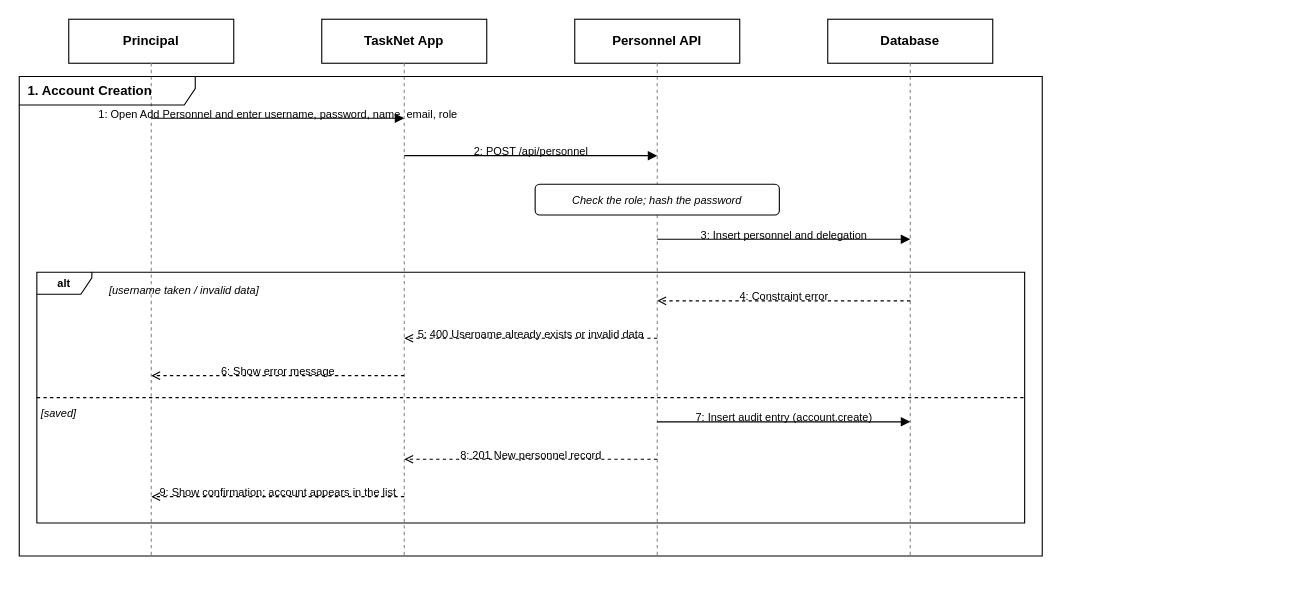
sjekob/Task-and-Event-Management-System keeps this draw.io diagram as page "1. Account Creation" (1 of 14) of docs/TaskNet_Personnel_Sequence.drawio. Above is the earlier version. Source tidied: cells renumbered, new cells numbered last; positions are measured from the earlier drawing's top-left corner, leaving out a move shared by most shapes. Both pictures are drawn from the tidied source at 110%, with x=0, y=0 at pixel (19, 19).
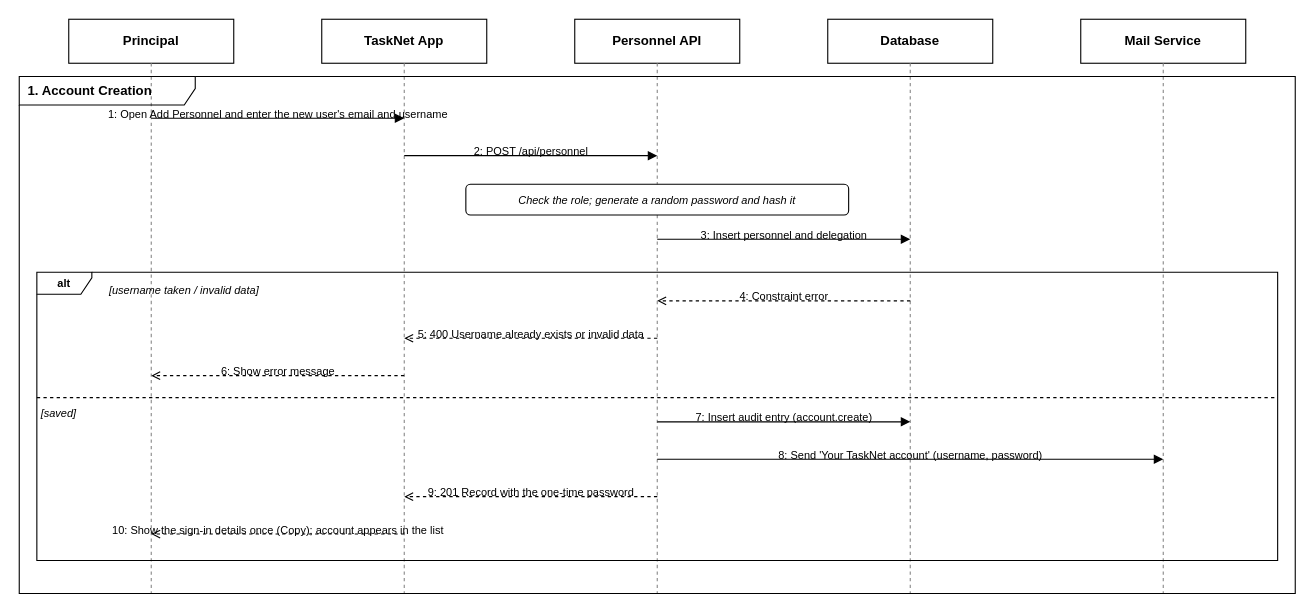
After the change.

Change to the diagram source:
```diff
@@
-    <mxCell id="2" value="Principal" style="rounded=0;whiteSpace=wrap;html=1;fillColor=#ffffff;strokeColor=#000000;fontColor=#000000;fontStyle=1;fontSize=12;" parent="1" vertex="1">
-      <mxGeometry x="45" width="150" height="40" as="geometry" />
-    </mxCell>
-    <mxCell id="3" style="endArrow=none;dashed=1;html=1;strokeColor=#888888;" parent="1" edge="1">
-      <mxGeometry relative="1" as="geometry">
-        <mxPoint x="120" y="40" as="sourcePoint" />
-        <mxPoint x="120" y="488" as="targetPoint" />
-      </mxGeometry>
-    </mxCell>
-    <mxCell id="4" value="TaskNet App" style="rounded=0;whiteSpace=wrap;html=1;fillColor=#ffffff;strokeColor=#000000;fontColor=#000000;fontStyle=1;fontSize=12;" parent="1" vertex="1">
-      <mxGeometry x="275" width="150" height="40" as="geometry" />
+    <mxCell id="4" value="Principal" style="rounded=0;whiteSpace=wrap;html=1;fillColor=#ffffff;strokeColor=#000000;fontColor=#000000;fontStyle=1;fontSize=12;" parent="1" vertex="1">
+      <mxGeometry x="45" width="150" height="40" as="geometry" />
     </mxCell>
     <mxCell id="5" style="endArrow=none;dashed=1;html=1;strokeColor=#888888;" parent="1" edge="1">
       <mxGeometry relative="1" as="geometry">
-        <mxPoint x="350" y="40" as="sourcePoint" />
-        <mxPoint x="350" y="488" as="targetPoint" />
+        <mxPoint x="120" y="40" as="sourcePoint" />
+        <mxPoint x="120" y="522" as="targetPoint" />
       </mxGeometry>
     </mxCell>
-    <mxCell id="6" value="Personnel API" style="rounded=0;whiteSpace=wrap;html=1;fillColor=#ffffff;strokeColor=#000000;fontColor=#000000;fontStyle=1;fontSize=12;" parent="1" vertex="1">
-      <mxGeometry x="505" width="150" height="40" as="geometry" />
+    <mxCell id="6" value="TaskNet App" style="rounded=0;whiteSpace=wrap;html=1;fillColor=#ffffff;strokeColor=#000000;fontColor=#000000;fontStyle=1;fontSize=12;" parent="1" vertex="1">
+      <mxGeometry x="275" width="150" height="40" as="geometry" />
     </mxCell>
     <mxCell id="7" style="endArrow=none;dashed=1;html=1;strokeColor=#888888;" parent="1" edge="1">
       <mxGeometry relative="1" as="geometry">
-        <mxPoint x="580" y="40" as="sourcePoint" />
-        <mxPoint x="580" y="488" as="targetPoint" />
+        <mxPoint x="350" y="40" as="sourcePoint" />
+        <mxPoint x="350" y="522" as="targetPoint" />
       </mxGeometry>
     </mxCell>
-    <mxCell id="8" value="Database" style="rounded=0;whiteSpace=wrap;html=1;fillColor=#ffffff;strokeColor=#000000;fontColor=#000000;fontStyle=1;fontSize=12;" parent="1" vertex="1">
-      <mxGeometry x="735" width="150" height="40" as="geometry" />
+    <mxCell id="8" value="Personnel API" style="rounded=0;whiteSpace=wrap;html=1;fillColor=#ffffff;strokeColor=#000000;fontColor=#000000;fontStyle=1;fontSize=12;" parent="1" vertex="1">
+      <mxGeometry x="505" width="150" height="40" as="geometry" />
     </mxCell>
     <mxCell id="9" style="endArrow=none;dashed=1;html=1;strokeColor=#888888;" parent="1" edge="1">
       <mxGeometry relative="1" as="geometry">
-        <mxPoint x="810" y="40" as="sourcePoint" />
-        <mxPoint x="810" y="488" as="targetPoint" />
+        <mxPoint x="580" y="40" as="sourcePoint" />
+        <mxPoint x="580" y="522" as="targetPoint" />
       </mxGeometry>
     </mxCell>
-    <mxCell id="10" value="1. Account Creation" style="shape=umlFrame;whiteSpace=wrap;html=1;width=160;height=26;fillColor=none;strokeColor=#000000;fontColor=#000000;fontSize=12;fontStyle=1;align=left;spacingLeft=6;" parent="1" vertex="1">
-      <mxGeometry y="52" width="930" height="436" as="geometry" />
+    <mxCell id="10" value="Database" style="rounded=0;whiteSpace=wrap;html=1;fillColor=#ffffff;strokeColor=#000000;fontColor=#000000;fontStyle=1;fontSize=12;" parent="1" vertex="1">
+      <mxGeometry x="735" width="150" height="40" as="geometry" />
     </mxCell>
+    <mxCell id="34" style="endArrow=none;dashed=1;html=1;strokeColor=#888888;" parent="1" edge="1">
+      <mxGeometry relative="1" as="geometry">
+        <mxPoint x="810" y="40" as="sourcePoint" />
+        <mxPoint x="810" y="522" as="targetPoint" />
+      </mxGeometry>
+    </mxCell>
+    <mxCell id="35" value="Mail Service" style="rounded=0;whiteSpace=wrap;html=1;fillColor=#ffffff;strokeColor=#000000;fontColor=#000000;fontStyle=1;fontSize=12;" parent="1" vertex="1">
+      <mxGeometry x="965" width="150" height="40" as="geometry" />
+    </mxCell>
+    <mxCell id="36" style="endArrow=none;dashed=1;html=1;strokeColor=#888888;" parent="1" edge="1">
+      <mxGeometry relative="1" as="geometry">
+        <mxPoint x="1040" y="40" as="sourcePoint" />
+        <mxPoint x="1040" y="522" as="targetPoint" />
+      </mxGeometry>
+    </mxCell>
+    <mxCell id="37" value="1. Account Creation" style="shape=umlFrame;whiteSpace=wrap;html=1;width=160;height=26;fillColor=none;strokeColor=#000000;fontColor=#000000;fontSize=12;fontStyle=1;align=left;spacingLeft=6;" parent="1" vertex="1">
+      <mxGeometry y="52" width="1160" height="470" as="geometry" />
+    </mxCell>
@@
-    <mxCell id="12" value="1: Open Add Personnel and enter username, password, name, email, role" style="text;html=1;fontColor=#000000;fontSize=10;align=center;whiteSpace=nowrap;" parent="1" vertex="1">
+    <mxCell id="12" value="1: Open Add Personnel and enter the new user's email and username" style="text;html=1;fontColor=#000000;fontSize=10;align=center;whiteSpace=nowrap;" parent="1" vertex="1">
       <mxGeometry x="120" y="74" width="230" height="14" as="geometry" />
     </mxCell>
@@
-    <mxCell id="15" value="Check the role; hash the password" style="rounded=1;html=1;whiteSpace=wrap;fillColor=#ffffff;strokeColor=#000000;fontColor=#000000;fontSize=10;fontStyle=2;" parent="1" vertex="1">
-      <mxGeometry x="469" y="150" width="222" height="28" as="geometry" />
+    <mxCell id="15" value="Check the role; generate a random password and hash it" style="rounded=1;html=1;whiteSpace=wrap;fillColor=#ffffff;strokeColor=#000000;fontColor=#000000;fontSize=10;fontStyle=2;" parent="1" vertex="1">
+      <mxGeometry x="406" y="150" width="348" height="28" as="geometry" />
     </mxCell>
@@
-    <mxCell id="28" style="edgeStyle=none;html=1;strokeColor=#000000;endSize=6;dashed=1;endArrow=open;endFill=0;" parent="1" edge="1">
+    <mxCell id="28" style="edgeStyle=none;html=1;strokeColor=#000000;endSize=6;endArrow=block;endFill=1;" parent="1" edge="1">
       <mxGeometry relative="1" as="geometry">
         <mxPoint x="580" y="400" as="sourcePoint" />
-        <mxPoint x="350" y="400" as="targetPoint" />
+        <mxPoint x="1040" y="400" as="targetPoint" />
       </mxGeometry>
     </mxCell>
-    <mxCell id="29" value="8: 201 New personnel record" style="text;html=1;fontColor=#000000;fontSize=10;align=center;whiteSpace=nowrap;" parent="1" vertex="1">
-      <mxGeometry x="350" y="384" width="230" height="14" as="geometry" />
+    <mxCell id="29" value="8: Send 'Your TaskNet account' (username, password)" style="text;html=1;fontColor=#000000;fontSize=10;align=center;whiteSpace=nowrap;" parent="1" vertex="1">
+      <mxGeometry x="580" y="384" width="460" height="14" as="geometry" />
     </mxCell>
     <mxCell id="30" style="edgeStyle=none;html=1;strokeColor=#000000;endSize=6;dashed=1;endArrow=open;endFill=0;" parent="1" edge="1">
       <mxGeometry relative="1" as="geometry">
-        <mxPoint x="350" y="434" as="sourcePoint" />
-        <mxPoint x="120" y="434" as="targetPoint" />
+        <mxPoint x="580" y="434" as="sourcePoint" />
+        <mxPoint x="350" y="434" as="targetPoint" />
       </mxGeometry>
     </mxCell>
-    <mxCell id="31" value="9: Show confirmation; account appears in the list" style="text;html=1;fontColor=#000000;fontSize=10;align=center;whiteSpace=nowrap;" parent="1" vertex="1">
-      <mxGeometry x="120" y="418" width="230" height="14" as="geometry" />
+    <mxCell id="31" value="9: 201 Record with the one-time password" style="text;html=1;fontColor=#000000;fontSize=10;align=center;whiteSpace=nowrap;" parent="1" vertex="1">
+      <mxGeometry x="350" y="418" width="230" height="14" as="geometry" />
     </mxCell>
-    <mxCell id="32" value="alt" style="shape=umlFrame;whiteSpace=wrap;html=1;width=50;height=20;fillColor=none;strokeColor=#000000;fontColor=#000000;fontSize=10;fontStyle=1;" parent="1" vertex="1">
-      <mxGeometry x="16" y="230" width="898" height="228" as="geometry" />
+    <mxCell id="32" style="edgeStyle=none;html=1;strokeColor=#000000;endSize=6;dashed=1;endArrow=open;endFill=0;" parent="1" edge="1">
+      <mxGeometry relative="1" as="geometry">
+        <mxPoint x="350" y="468" as="sourcePoint" />
+        <mxPoint x="120" y="468" as="targetPoint" />
+      </mxGeometry>
     </mxCell>
-    <mxCell id="33" style="endArrow=none;dashed=1;html=1;strokeColor=#000000;" parent="1" edge="1">
-      <mxGeometry relative="1" as="geometry">
-        <mxPoint x="16" y="344" as="sourcePoint" />
-        <mxPoint x="914" y="344" as="targetPoint" />
-      </mxGeometry>
+    <mxCell id="33" value="10: Show the sign-in details once (Copy); account appears in the list" style="text;html=1;fontColor=#000000;fontSize=10;align=center;whiteSpace=nowrap;" parent="1" vertex="1">
+      <mxGeometry x="120" y="452" width="230" height="14" as="geometry" />
     </mxCell>
+    <mxCell id="2" value="alt" style="shape=umlFrame;whiteSpace=wrap;html=1;width=50;height=20;fillColor=none;strokeColor=#000000;fontColor=#000000;fontSize=10;fontStyle=1;" parent="1" vertex="1">
+      <mxGeometry x="16" y="230" width="1128" height="262" as="geometry" />
+    </mxCell>
+    <mxCell id="3" style="endArrow=none;dashed=1;html=1;strokeColor=#000000;" parent="1" edge="1">
+      <mxGeometry relative="1" as="geometry">
+        <mxPoint x="16" y="344" as="sourcePoint" />
+        <mxPoint x="1144" y="344" as="targetPoint" />
+      </mxGeometry>
+    </mxCell>
```
